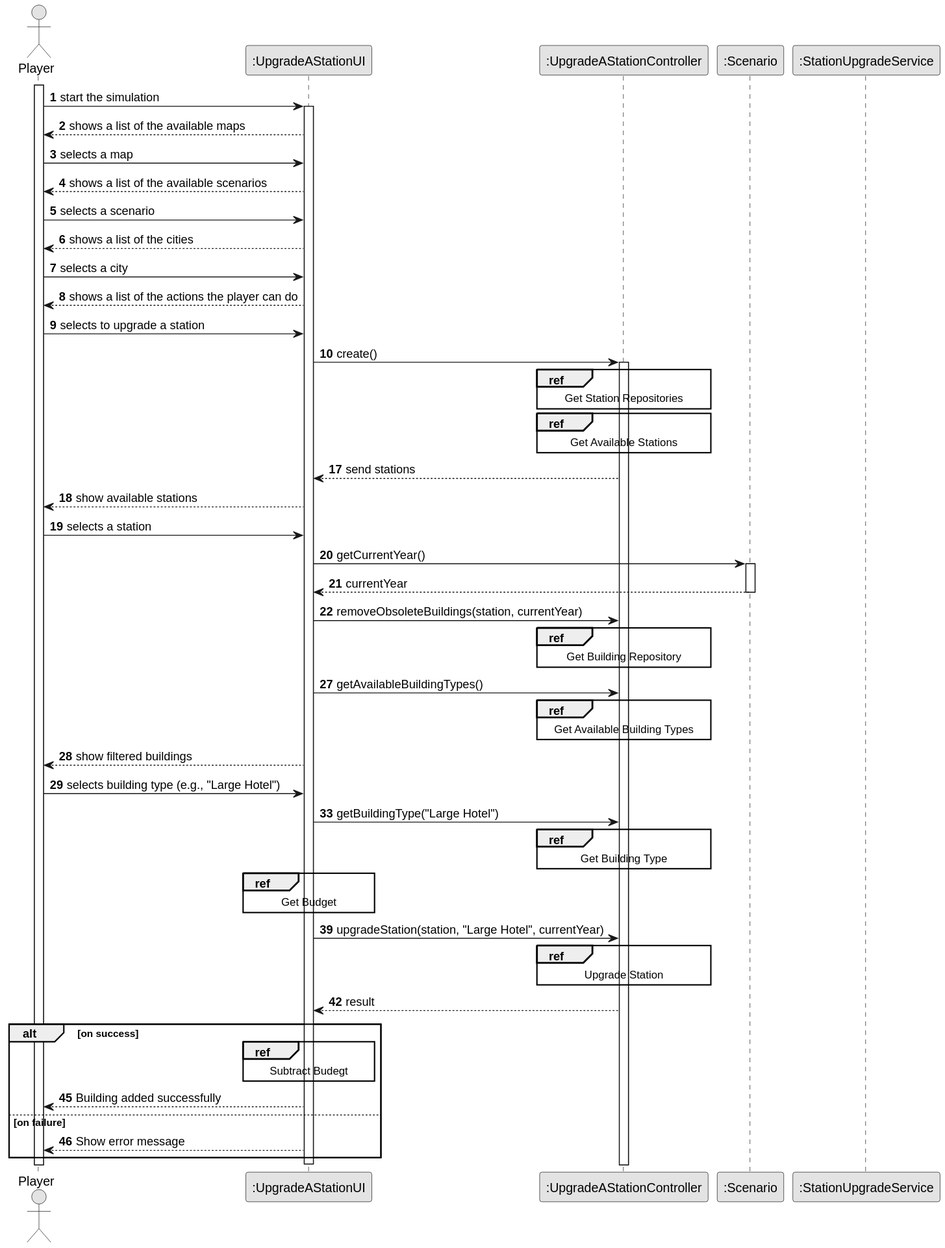
Earlier version of the PlantUML export docs/sprint3/us006/03.design/svg/us006-sd-split.svg (ivasduarte/all-aboard).
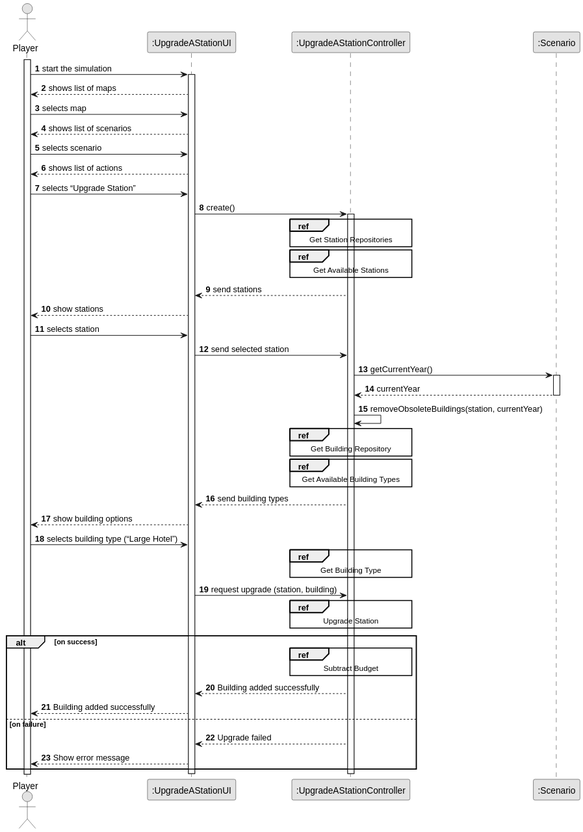
The same diagram one commit later.

The edit, as a diff of the source:
```diff
@@ -9,92 +9,75 @@
 participant ":UpgradeAStationUI" as UI
 participant ":UpgradeAStationController" as CTRL
 participant ":Scenario" as Scenario
-participant ":StationUpgradeService" as Service
 
 activate Player
 
 Player -> UI : start the simulation
 activate UI
-
-UI --> Player : shows a list of the available maps
-Player -> UI : selects a map
-UI --> Player : shows a list of the available scenarios
-Player -> UI : selects a scenario
-UI --> Player : shows a list of the cities
-Player -> UI : selects a city
-UI --> Player : shows a list of the actions the player can do
-Player -> UI : selects to upgrade a station
+UI --> Player : shows list of maps
+Player -> UI : selects map
+UI --> Player : shows list of scenarios
+Player -> UI : selects scenario
+UI --> Player : shows list of actions
+Player -> UI : selects “Upgrade Station”
 
 UI -> CTRL : create()
 activate CTRL
 
-        ref over CTRL
-            Get Station Repositories
-        end
+ref over CTRL
+    Get Station Repositories
+end
 
-        ref over CTRL
-            Get Available Stations
-        end
+ref over CTRL
+    Get Available Stations
+end
 
-autonumber 17
 CTRL --> UI : send stations
-UI --> Player : show available stations
-Player -> UI : selects a station
+UI --> Player : show stations
+Player -> UI : selects station
+UI -> CTRL : send selected station
 
-UI -> Scenario : getCurrentYear()
+CTRL -> Scenario : getCurrentYear()
 activate Scenario
-Scenario --> UI : currentYear
+Scenario --> CTRL : currentYear
 deactivate Scenario
 
-UI -> CTRL : removeObsoleteBuildings(station, currentYear)
+CTRL -> CTRL : removeObsoleteBuildings(station, currentYear)
 
-        ref over CTRL
-            Get Building Repository
-        end
+ref over CTRL
+    Get Building Repository
+end
 
-autonumber 27
-UI -> CTRL : getAvailableBuildingTypes()
+ref over CTRL
+    Get Available Building Types
+end
 
-        ref over CTRL
-            Get Available Building Types
-        end
+CTRL --> UI : send building types
+UI --> Player : show building options
+Player -> UI : selects building type (“Large Hotel”)
 
+ref over CTRL
+    Get Building Type
+end
 
-UI --> Player : show filtered buildings
-Player -> UI : selects building type (e.g., "Large Hotel")
+UI -> CTRL : request upgrade (station, building)
 
-autonumber 33
-UI -> CTRL : getBuildingType("Large Hotel")
-
-        ref over CTRL
-            Get Building Type
-        end
-
-        ref over UI
-            Get Budget
-        end
-
-autonumber 39
-UI -> CTRL : upgradeStation(station, "Large Hotel", currentYear)
-
-        ref over CTRL
-            Upgrade Station
-        end
-
-autonumber 42
-CTRL --> UI : result
+ref over CTRL
+    Upgrade Station
+end
 
 alt on success
+    ref over CTRL
+        Subtract Budget
+    end
 
-        ref over UI
-            Subtract Budegt
-        end
-
-autonumber 45
-  UI --> Player : Building added successfully
+    CTRL --> UI : Building added successfully
+    UI --> Player : Building added successfully
 else on failure
-  UI --> Player : Show error message
+    CTRL --> UI : Upgrade failed
+    UI --> Player : Show error message
 end
 
+deactivate CTRL
 deactivate UI
 @enduml
```
